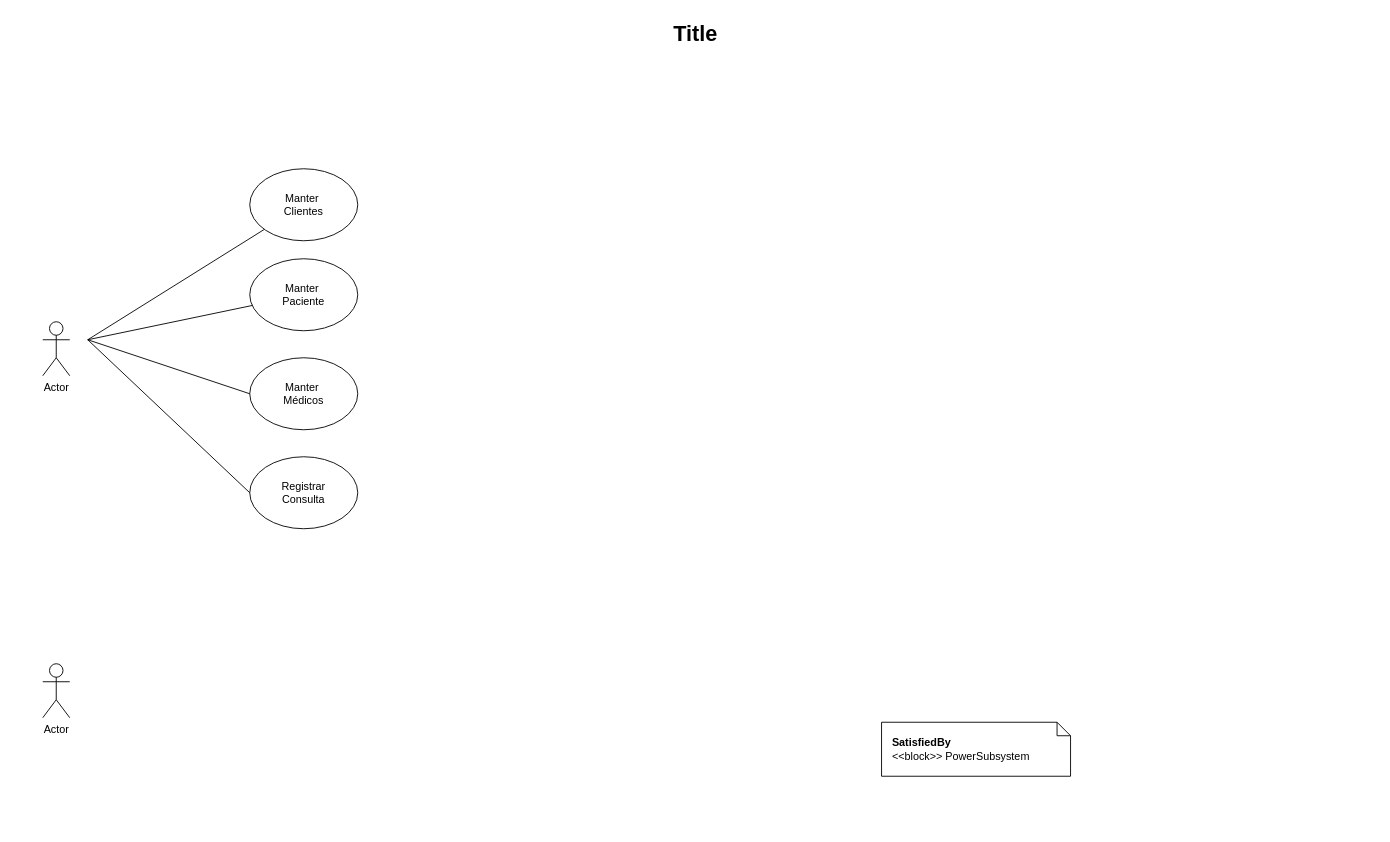
Above: Untitled Diagram.drawio in tiagocruz1979/EngSoftware (draw.io), before the change. Source tidied: cells renumbered, new cells numbered last; positions are measured from the earlier drawing's top-left corner, leaving out a move shared by most shapes. Both pictures are drawn from the tidied source at 90%, with x=0, y=0 at pixel (15, 15).
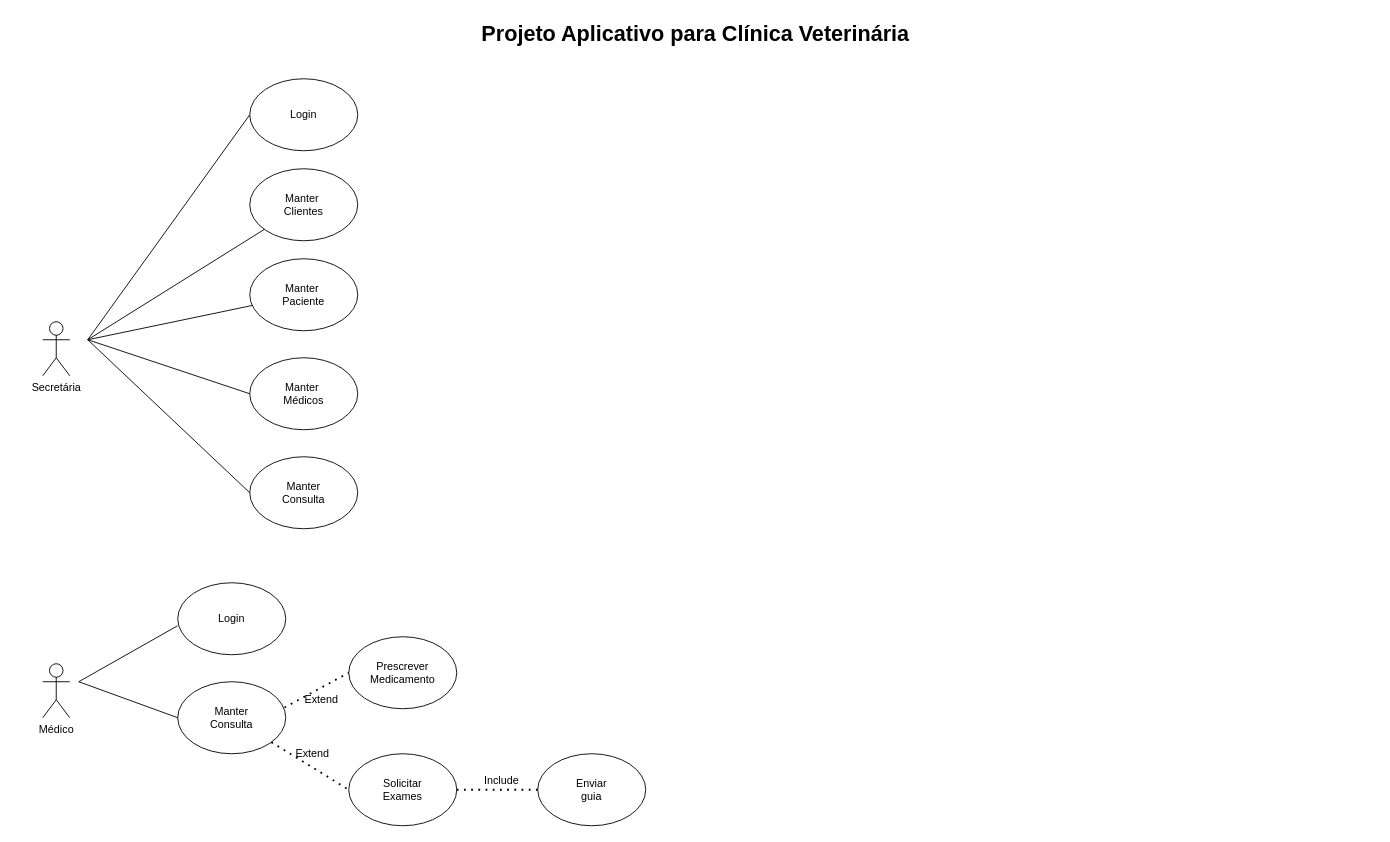
The same diagram, later.

The edit, as a diff of the source:
```diff
@@
-    <mxCell id="2" value="&lt;b&gt;SatisfiedBy&lt;/b&gt;&lt;div&gt;&amp;lt;&amp;lt;block&amp;gt;&amp;gt; PowerSubsystem&lt;/div&gt;" style="shape=note;size=15;align=left;spacingLeft=10;html=1;whiteSpace=wrap;strokeWidth=1;fontSize=12;" parent="1" vertex="1">
-      <mxGeometry x="962" y="785" width="210" height="60" as="geometry" />
-    </mxCell>
-    <mxCell id="3" value="Title" style="text;strokeColor=none;fillColor=none;html=1;fontSize=24;fontStyle=1;verticalAlign=middle;align=center;" parent="1" vertex="1">
+    <mxCell id="3" value="Projeto Aplicativo para Clínica Veterinária" style="text;strokeColor=none;fillColor=none;html=1;fontSize=24;fontStyle=1;verticalAlign=middle;align=center;" parent="1" vertex="1">
       <mxGeometry width="1510" height="40" as="geometry" />
     </mxCell>
-    <mxCell id="4" value="Actor" style="shape=umlActor;verticalLabelPosition=bottom;verticalAlign=top;html=1;" parent="1" vertex="1">
+    <mxCell id="4" value="Secretária" style="shape=umlActor;verticalLabelPosition=bottom;verticalAlign=top;html=1;" parent="1" vertex="1">
       <mxGeometry x="30" y="340" width="30" height="60" as="geometry" />
     </mxCell>
@@
-    <mxCell id="13" value="Registrar Consulta" style="text;html=1;strokeColor=none;fillColor=none;align=center;verticalAlign=middle;whiteSpace=wrap;rounded=0;" parent="1" vertex="1">
+    <mxCell id="13" value="Manter&lt;br&gt;Consulta" style="text;html=1;strokeColor=none;fillColor=none;align=center;verticalAlign=middle;whiteSpace=wrap;rounded=0;" parent="1" vertex="1">
       <mxGeometry x="300" y="520" width="40" height="20" as="geometry" />
     </mxCell>
@@
-    <mxCell id="17" value="Actor" style="shape=umlActor;verticalLabelPosition=bottom;verticalAlign=top;html=1;" parent="1" vertex="1">
+    <mxCell id="17" value="Médico" style="shape=umlActor;verticalLabelPosition=bottom;verticalAlign=top;html=1;" parent="1" vertex="1">
       <mxGeometry x="30" y="720" width="30" height="60" as="geometry" />
     </mxCell>
+    <mxCell id="18" style="ellipse;whiteSpace=wrap;html=1;" parent="1" vertex="1">
+      <mxGeometry x="260" y="70" width="120" height="80" as="geometry" />
+    </mxCell>
+    <mxCell id="19" value="Login" style="text;html=1;strokeColor=none;fillColor=none;align=center;verticalAlign=middle;whiteSpace=wrap;rounded=0;" parent="1" vertex="1">
+      <mxGeometry x="300" y="100" width="40" height="20" as="geometry" />
+    </mxCell>
+    <mxCell id="20" style="endArrow=none;html=1;entryX=0;entryY=0.5;entryDx=0;entryDy=0;" parent="1" edge="1" target="18">
+      <mxGeometry relative="1" as="geometry">
+        <mxPoint x="80" y="360" as="sourcePoint" />
+      </mxGeometry>
+    </mxCell>
+    <mxCell id="21" style="ellipse;whiteSpace=wrap;html=1;" parent="1" vertex="1">
+      <mxGeometry x="180" y="630" width="120" height="80" as="geometry" />
+    </mxCell>
+    <mxCell id="22" value="Login" style="text;html=1;strokeColor=none;fillColor=none;align=center;verticalAlign=middle;whiteSpace=wrap;rounded=0;" parent="1" vertex="1">
+      <mxGeometry x="220" y="660" width="40" height="20" as="geometry" />
+    </mxCell>
+    <mxCell id="23" style="endArrow=none;html=1;entryX=-0.002;entryY=0.598;entryDx=0;entryDy=0;entryPerimeter=0;" parent="1" edge="1" target="21">
+      <mxGeometry relative="1" as="geometry">
+        <mxPoint x="70" y="740" as="sourcePoint" />
+      </mxGeometry>
+    </mxCell>
+    <mxCell id="24" style="ellipse;whiteSpace=wrap;html=1;" parent="1" vertex="1">
+      <mxGeometry x="180" y="740" width="120" height="80" as="geometry" />
+    </mxCell>
+    <mxCell id="25" value="Manter&lt;br&gt;Consulta" style="text;html=1;strokeColor=none;fillColor=none;align=center;verticalAlign=middle;whiteSpace=wrap;rounded=0;" parent="1" vertex="1">
+      <mxGeometry x="220" y="770" width="40" height="20" as="geometry" />
+    </mxCell>
+    <mxCell id="26" style="endArrow=none;html=1;entryX=0;entryY=0.5;entryDx=0;entryDy=0;" parent="1" edge="1" target="24">
+      <mxGeometry relative="1" as="geometry">
+        <mxPoint x="70" y="740" as="sourcePoint" />
+      </mxGeometry>
+    </mxCell>
+    <mxCell id="27" style="ellipse;whiteSpace=wrap;html=1;" parent="1" vertex="1">
+      <mxGeometry x="370" y="690" width="120" height="80" as="geometry" />
+    </mxCell>
+    <mxCell id="28" value="Prescrever Medicamento" style="text;html=1;strokeColor=none;fillColor=none;align=center;verticalAlign=middle;whiteSpace=wrap;rounded=0;" parent="1" vertex="1">
+      <mxGeometry x="410" y="720" width="40" height="20" as="geometry" />
+    </mxCell>
+    <mxCell id="29" style="ellipse;whiteSpace=wrap;html=1;" parent="1" vertex="1">
+      <mxGeometry x="370" y="820" width="120" height="80" as="geometry" />
+    </mxCell>
+    <mxCell id="30" value="Solicitar&lt;br&gt;Exames" style="text;html=1;strokeColor=none;fillColor=none;align=center;verticalAlign=middle;whiteSpace=wrap;rounded=0;" parent="1" vertex="1">
+      <mxGeometry x="410" y="850" width="40" height="20" as="geometry" />
+    </mxCell>
+    <mxCell id="31" style="endArrow=none;dashed=1;html=1;dashPattern=1 3;strokeWidth=2;exitX=0.988;exitY=0.358;exitDx=0;exitDy=0;exitPerimeter=0;" parent="1" edge="1" source="24">
+      <mxGeometry relative="1" as="geometry">
+        <mxPoint x="370" y="730" as="targetPoint" />
+      </mxGeometry>
+    </mxCell>
+    <mxCell id="32" style="endArrow=none;dashed=1;html=1;dashPattern=1 3;strokeWidth=2;entryX=0;entryY=0.5;entryDx=0;entryDy=0;" parent="1" edge="1" source="24" target="29">
+      <mxGeometry relative="1" as="geometry" />
+    </mxCell>
+    <mxCell id="33" style="ellipse;whiteSpace=wrap;html=1;" parent="1" vertex="1">
+      <mxGeometry x="580" y="820" width="120" height="80" as="geometry" />
+    </mxCell>
+    <mxCell id="34" style="endArrow=none;dashed=1;html=1;dashPattern=1 3;strokeWidth=2;entryX=0;entryY=0.5;entryDx=0;entryDy=0;exitX=1;exitY=0.5;exitDx=0;exitDy=0;" parent="1" edge="1" source="29" target="33">
+      <mxGeometry relative="1" as="geometry" />
+    </mxCell>
+    <mxCell id="35" value="Enviar guia" style="text;html=1;strokeColor=none;fillColor=none;align=center;verticalAlign=middle;whiteSpace=wrap;rounded=0;" parent="1" vertex="1">
+      <mxGeometry x="620" y="850" width="40" height="20" as="geometry" />
+    </mxCell>
+    <mxCell id="36" value="Extend" style="text;html=1;strokeColor=none;fillColor=none;align=center;verticalAlign=middle;whiteSpace=wrap;rounded=0;" parent="1" vertex="1">
+      <mxGeometry x="320" y="750" width="40" height="20" as="geometry" />
+    </mxCell>
+    <mxCell id="37" value="Extend" style="text;html=1;strokeColor=none;fillColor=none;align=center;verticalAlign=middle;whiteSpace=wrap;rounded=0;" parent="1" vertex="1">
+      <mxGeometry x="310" y="810" width="40" height="20" as="geometry" />
+    </mxCell>
+    <mxCell id="38" value="Include" style="text;html=1;strokeColor=none;fillColor=none;align=center;verticalAlign=middle;whiteSpace=wrap;rounded=0;" parent="1" vertex="1">
+      <mxGeometry x="520" y="840" width="40" height="20" as="geometry" />
+    </mxCell>
```
